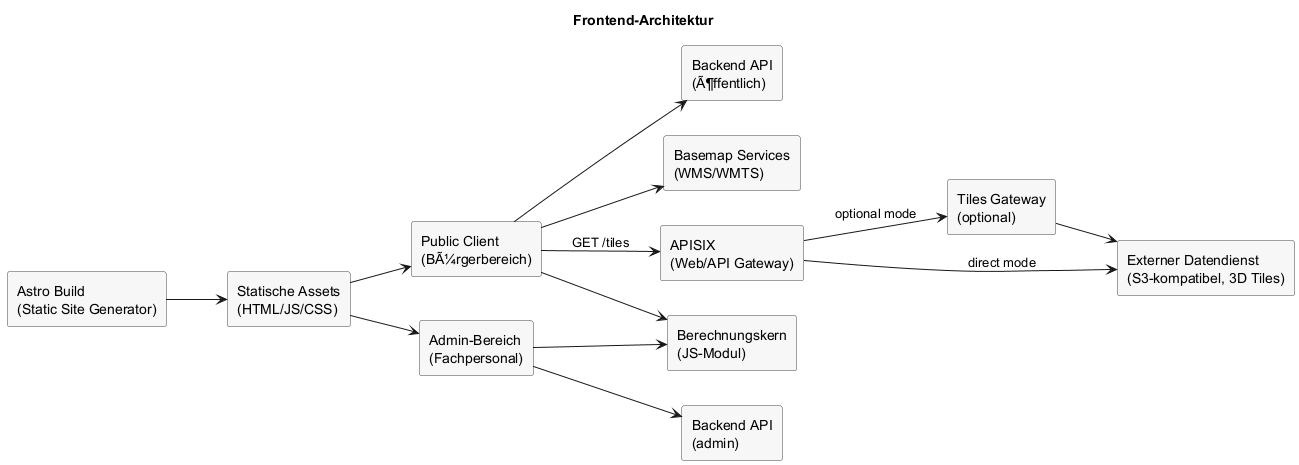
Before: docs/architecture/attachments/frontend-architecture.png, a diagram exported from PlantUML (csi-FOXBYTE/Regensburg_DigitalerEnergieZwilling_Backend).
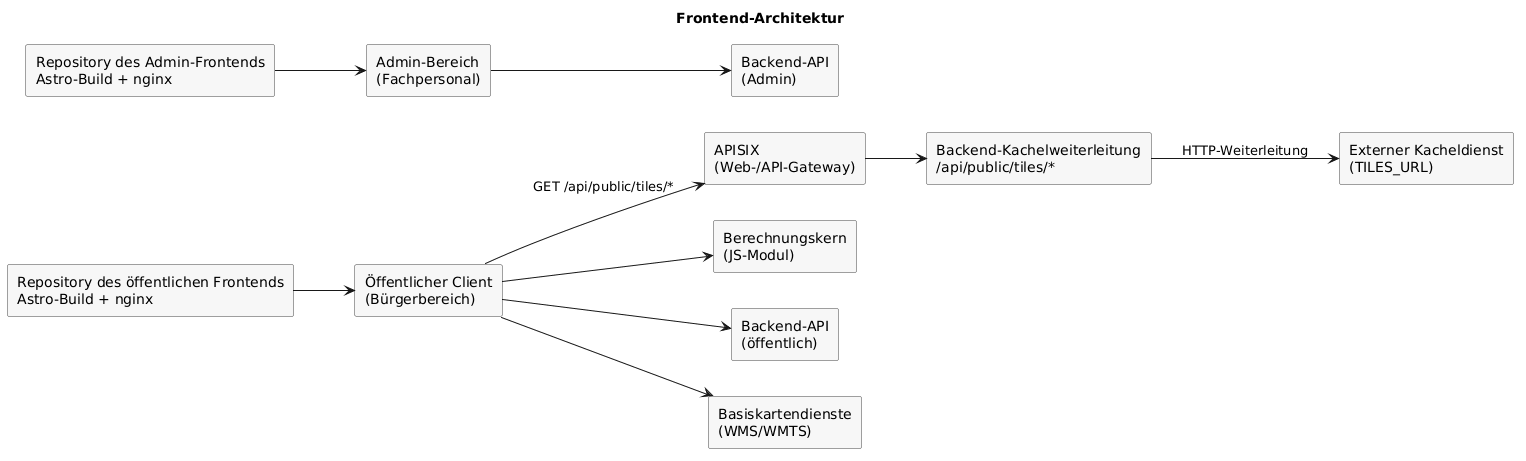
After the commit.

The edit, as a diff of the source:
```diff
@@ -7,27 +7,24 @@
 
 title Frontend-Architektur
 
-rectangle "Astro Build\n(Static Site Generator)" as astro
-rectangle "Statische Assets\n(HTML/JS/CSS)" as assets
-rectangle "APISIX\n(Web/API Gateway)" as apisix
-rectangle "Public Client\n(BÃ¼rgerbereich)" as public_client
+rectangle "Repository des öffentlichen Frontends\nAstro-Build + nginx" as public_build
+rectangle "Repository des Admin-Frontends\nAstro-Build + nginx" as admin_build
+rectangle "APISIX\n(Web-/API-Gateway)" as apisix
+rectangle "Öffentlicher Client\n(Bürgerbereich)" as public_client
 rectangle "Admin-Bereich\n(Fachpersonal)" as admin_client
 rectangle "Berechnungskern\n(JS-Modul)" as core
-rectangle "Tiles Gateway\n(optional)" as tiles
-rectangle "Externer Datendienst\n(S3-kompatibel, 3D Tiles)" as s3
-rectangle "Backend API\n(Ã¶ffentlich)" as api_public
-rectangle "Backend API\n(admin)" as api_admin
-rectangle "Basemap Services\n(WMS/WMTS)" as basemap
+rectangle "Backend-Kachelweiterleitung\n/api/public/tiles/*" as tiles_redirect
+rectangle "Externer Kacheldienst\n(TILES_URL)" as tiles
+rectangle "Backend-API\n(öffentlich)" as api_public
+rectangle "Backend-API\n(Admin)" as api_admin
+rectangle "Basiskartendienste\n(WMS/WMTS)" as basemap
 
-astro --> assets
-assets --> public_client
-assets --> admin_client
+public_build --> public_client
+admin_build --> admin_client
 public_client --> core
-admin_client --> core
-public_client --> apisix : GET /tiles
-apisix --> s3 : direct mode
-apisix --> tiles : optional mode
-tiles --> s3
+public_client --> apisix : GET /api/public/tiles/*
+apisix --> tiles_redirect
+tiles_redirect --> tiles : HTTP-Weiterleitung
 public_client --> api_public
 admin_client --> api_admin
 public_client --> basemap
```
